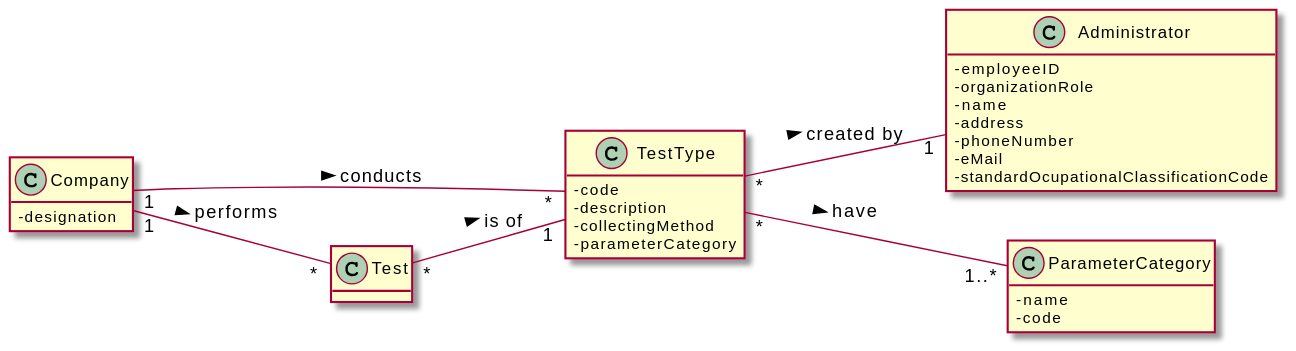
Earlier version of the PlantUML export docs/SprintB/US_9/UC9_MD.svg (RuiRioPina/LAPR2-20-21). The source it was exported from:
```plantuml
@startuml
skinparam classAttributeIconSize 0
hide methods
left to right direction

class TestType {
  -code
  -description
  -collectingMethod
  -parameterCategory
}

class Company {
  -designation
}

class Test {
}

class Administrator {
  -employeeID
  -organizationRole
  -name
  -address
  -phoneNumber
  -eMail
  -standardOcupationalClassificationCode
}

class ParameterCategory {
  -name
  -code
}
Company "1" -- "*" TestType : conducts >
Test "*" -- "1" TestType : is of >
Company "1" -- "*" Test : performs >
TestType "*" -- "1" Administrator : created by >
TestType "*" -- "1..*" ParameterCategory : have >
@enduml
```
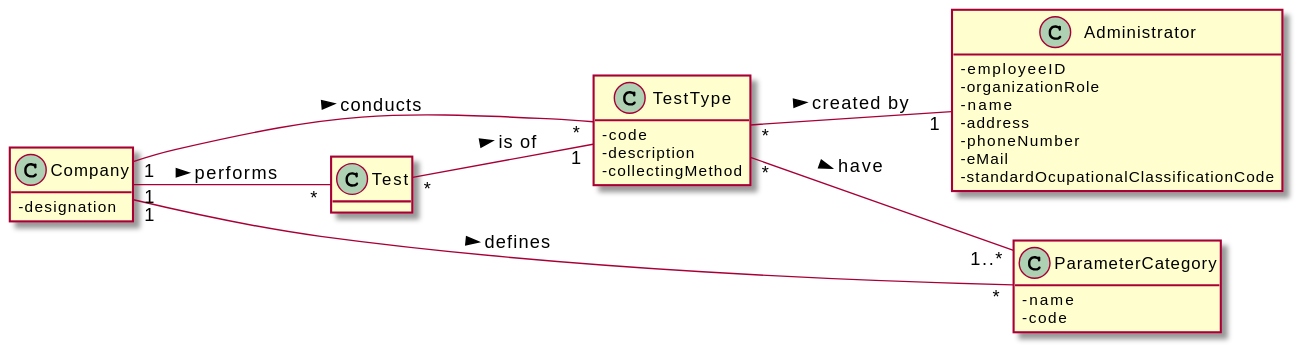
Above is the later version.

The edit, as a diff of the source:
```diff
@@ -7,7 +7,6 @@
   -code
   -description
   -collectingMethod
-  -parameterCategory
 }
 
 class Company {
@@ -32,6 +31,7 @@
   -code
 }
 Company "1" -- "*" TestType : conducts >
+Company "1" -- "*" ParameterCategory : defines >
 Test "*" -- "1" TestType : is of >
 Company "1" -- "*" Test : performs >
 TestType "*" -- "1" Administrator : created by >
```
